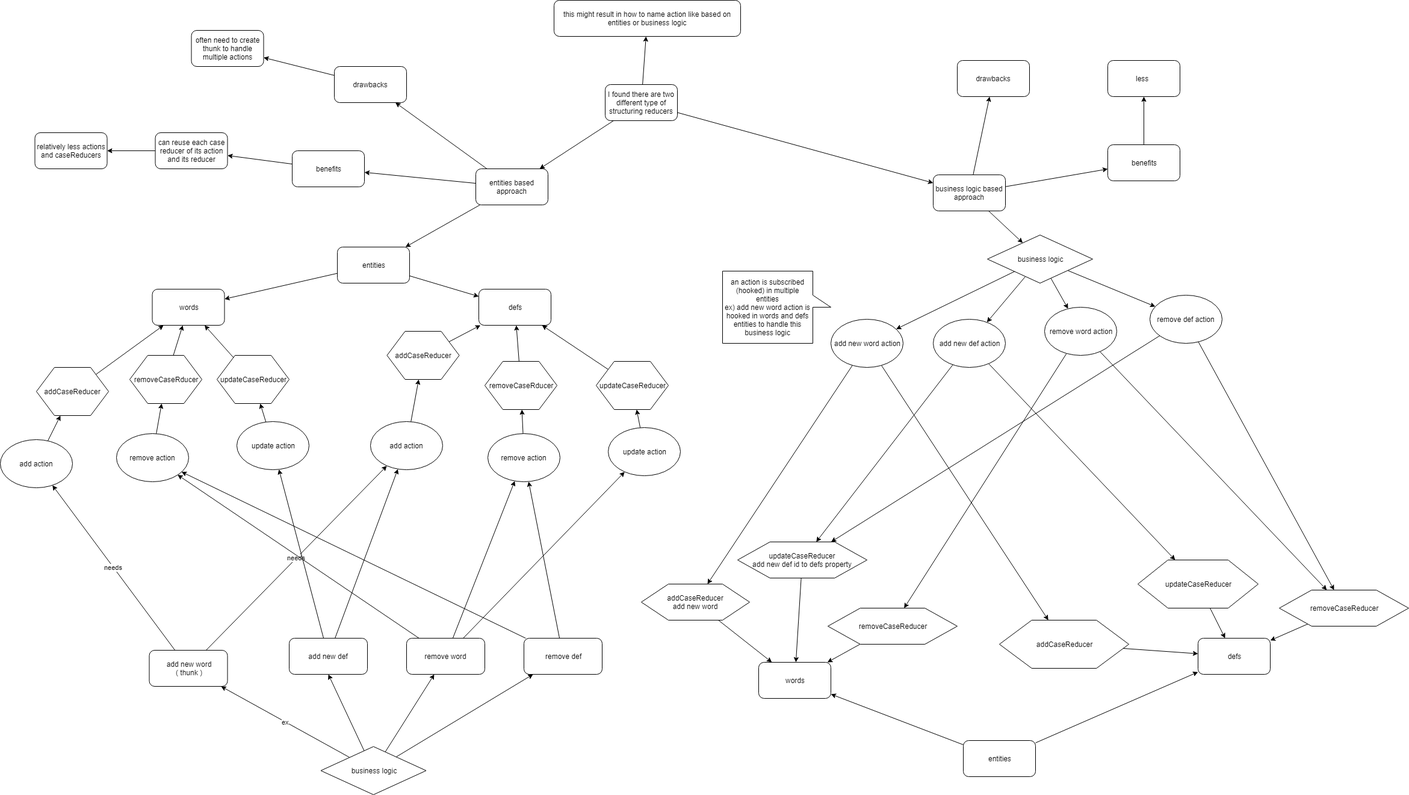
This is reducers_structure_approaches.png from stsiwo/react_redux_concept, a draw.io export, as it was before one commit. Source tidied: cells renumbered, new cells last; positions are measured from the earlier drawing's top-left corner, leaving out a move shared by most shapes.
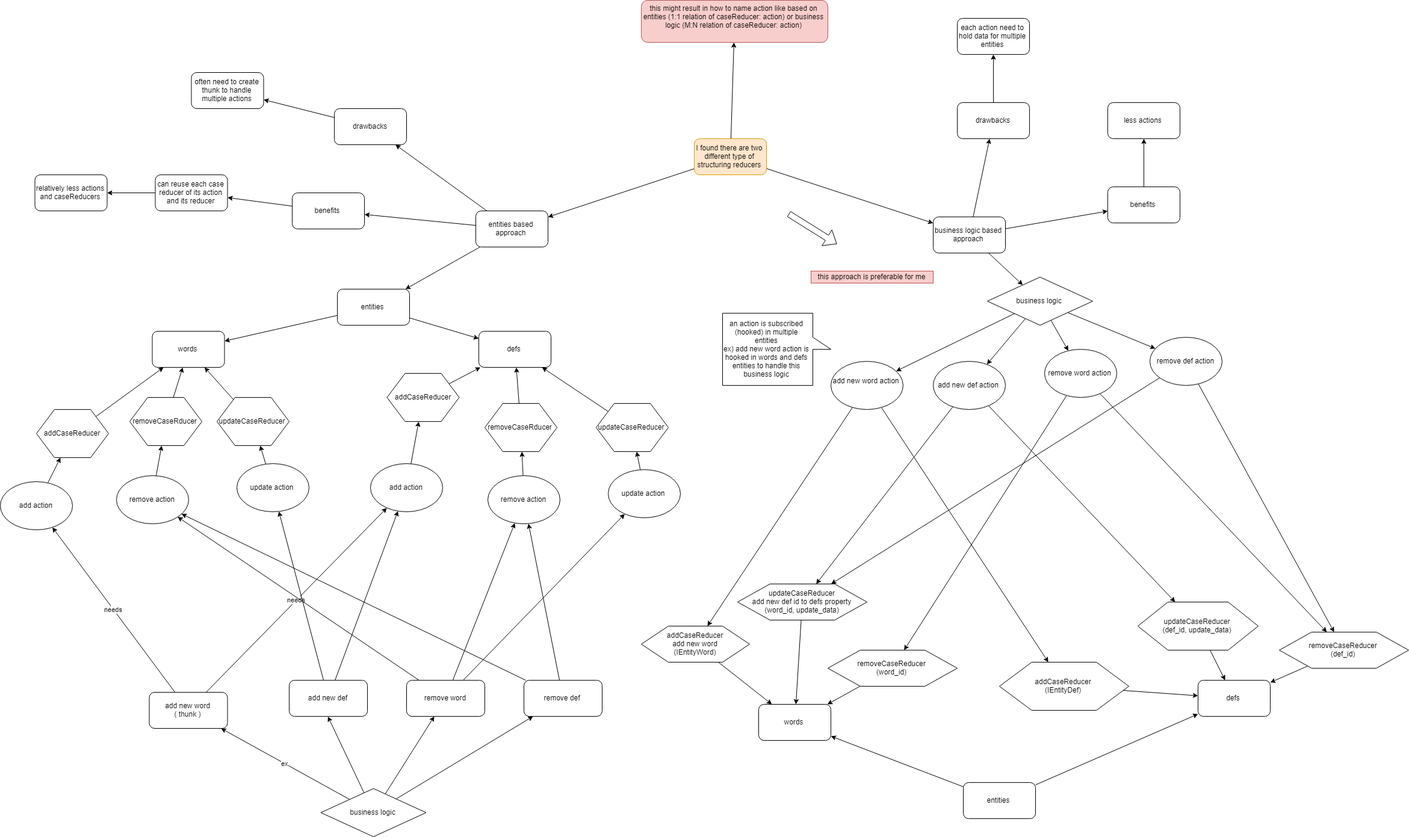
After the commit.

Change to the diagram source:
```diff
@@ -11,11 +11,11 @@
     <mxCell id="4" style="edgeStyle=none;rounded=0;html=1;jettySize=auto;" parent="1" edge="1" source="5" target="6">
       <mxGeometry relative="1" as="geometry" />
     </mxCell>
-    <mxCell id="5" value="I found there are two different type of structuring reducers" style="rounded=1;whiteSpace=wrap;html=1;" parent="1" vertex="1">
-      <mxGeometry x="1005" y="140" width="120" height="60" as="geometry" />
+    <mxCell id="5" value="I found there are two different type of structuring reducers" style="rounded=1;whiteSpace=wrap;html=1;fillColor=#ffe6cc;strokeColor=#d79b00;" parent="1" vertex="1">
+      <mxGeometry x="1153" y="160" width="120" height="60" as="geometry" />
     </mxCell>
-    <mxCell id="6" value="this might result in how to name action like based on entities or business logic" style="rounded=1;whiteSpace=wrap;html=1;" parent="1" vertex="1">
-      <mxGeometry x="920" width="310" height="60" as="geometry" />
+    <mxCell id="6" value="this might result in how to name action like based on entities (1:1 relation of caseReducer: action) or business logic (M:N relation of caseReducer: action)&lt;br&gt;&lt;br&gt;" style="rounded=1;whiteSpace=wrap;html=1;fillColor=#f8cecc;strokeColor=#b85450;" parent="1" vertex="1">
+      <mxGeometry x="1065" y="-70" width="310" height="70" as="geometry" />
     </mxCell>
     <mxCell id="7" style="edgeStyle=none;rounded=0;html=1;jettySize=auto;" parent="1" edge="1" source="10" target="29">
       <mxGeometry relative="1" as="geometry" />
@@ -71,12 +71,18 @@
     <mxCell id="24" value="benefits" style="rounded=1;whiteSpace=wrap;html=1;" parent="1" vertex="1">
       <mxGeometry x="1840" y="240" width="120" height="60" as="geometry" />
     </mxCell>
-    <mxCell id="25" value="less&amp;nbsp;&amp;nbsp;" style="rounded=1;whiteSpace=wrap;html=1;" parent="1" vertex="1">
+    <mxCell id="25" value="less actions" style="rounded=1;whiteSpace=wrap;html=1;" parent="1" vertex="1">
       <mxGeometry x="1840" y="100" width="120" height="60" as="geometry" />
     </mxCell>
+    <mxCell id="115" style="edgeStyle=none;rounded=0;html=1;jettySize=auto;" parent="1" edge="1" source="26" target="116">
+      <mxGeometry relative="1" as="geometry" />
+    </mxCell>
     <mxCell id="26" value="drawbacks" style="rounded=1;whiteSpace=wrap;html=1;" parent="1" vertex="1">
       <mxGeometry x="1590" y="100" width="120" height="60" as="geometry" />
     </mxCell>
+    <mxCell id="116" value="each action need to hold data for multiple entities" style="rounded=1;whiteSpace=wrap;html=1;" parent="1" vertex="1">
+      <mxGeometry x="1590" y="-40" width="120" height="60" as="geometry" />
+    </mxCell>
     <mxCell id="27" style="edgeStyle=none;rounded=0;html=1;jettySize=auto;" parent="1" edge="1" source="29" target="31">
       <mxGeometry relative="1" as="geometry" />
     </mxCell>
@@ -194,7 +200,7 @@
     <mxCell id="65" style="edgeStyle=none;rounded=0;html=1;jettySize=auto;" parent="1" edge="1" source="66" target="81">
       <mxGeometry relative="1" as="geometry" />
     </mxCell>
-    <mxCell id="66" value="add new word action" style="ellipse;whiteSpace=wrap;html=1;" parent="1" vertex="1">
+    <mxCell id="66" value="add new word action&lt;br&gt;&lt;br&gt;" style="ellipse;whiteSpace=wrap;html=1;" parent="1" vertex="1">
       <mxGeometry x="1380" y="530" width="120" height="80" as="geometry" />
     </mxCell>
     <mxCell id="67" style="edgeStyle=none;rounded=0;html=1;jettySize=auto;" parent="1" edge="1" source="69" target="70">
@@ -227,25 +233,25 @@
     <mxCell id="76" style="edgeStyle=none;rounded=0;html=1;jettySize=auto;" parent="1" edge="1" source="77" target="70">
       <mxGeometry relative="1" as="geometry" />
     </mxCell>
-    <mxCell id="77" value="addCaseReducer&lt;br&gt;add new word&lt;br&gt;" style="shape=hexagon;perimeter=hexagonPerimeter2;whiteSpace=wrap;html=1;" parent="1" vertex="1">
+    <mxCell id="77" value="addCaseReducer&lt;br&gt;add new word&lt;br&gt;(IEntityWord)&lt;br&gt;" style="shape=hexagon;perimeter=hexagonPerimeter2;whiteSpace=wrap;html=1;" parent="1" vertex="1">
       <mxGeometry x="1065" y="970" width="180" height="60" as="geometry" />
     </mxCell>
     <mxCell id="78" style="edgeStyle=none;rounded=0;html=1;jettySize=auto;" parent="1" edge="1" source="79" target="70">
       <mxGeometry relative="1" as="geometry" />
     </mxCell>
-    <mxCell id="79" value="&lt;span&gt;updateCaseReducer&lt;br&gt;add new def id to defs property&lt;/span&gt;" style="shape=hexagon;perimeter=hexagonPerimeter2;whiteSpace=wrap;html=1;" parent="1" vertex="1">
+    <mxCell id="79" value="&lt;span&gt;updateCaseReducer&lt;br&gt;add new def id to defs property&lt;br&gt;(word_id, update_data)&lt;br&gt;&lt;/span&gt;" style="shape=hexagon;perimeter=hexagonPerimeter2;whiteSpace=wrap;html=1;" parent="1" vertex="1">
       <mxGeometry x="1225" y="900" width="215" height="60" as="geometry" />
     </mxCell>
     <mxCell id="80" style="edgeStyle=none;rounded=0;html=1;jettySize=auto;" parent="1" edge="1" source="81" target="71">
       <mxGeometry relative="1" as="geometry" />
     </mxCell>
-    <mxCell id="81" value="addCaseReducer" style="shape=hexagon;perimeter=hexagonPerimeter2;whiteSpace=wrap;html=1;" parent="1" vertex="1">
+    <mxCell id="81" value="addCaseReducer&lt;br&gt;(IEntityDef)&lt;br&gt;" style="shape=hexagon;perimeter=hexagonPerimeter2;whiteSpace=wrap;html=1;" parent="1" vertex="1">
       <mxGeometry x="1660" y="1030" width="215" height="80" as="geometry" />
     </mxCell>
     <mxCell id="82" style="edgeStyle=none;rounded=0;html=1;jettySize=auto;" parent="1" edge="1" source="83" target="71">
       <mxGeometry relative="1" as="geometry" />
     </mxCell>
-    <mxCell id="83" value="updateCaseReducer" style="shape=hexagon;perimeter=hexagonPerimeter2;whiteSpace=wrap;html=1;" parent="1" vertex="1">
+    <mxCell id="83" value="updateCaseReducer&lt;br&gt;(def_id, update_data)&lt;br&gt;" style="shape=hexagon;perimeter=hexagonPerimeter2;whiteSpace=wrap;html=1;" parent="1" vertex="1">
       <mxGeometry x="1890" y="930" width="200" height="80" as="geometry" />
     </mxCell>
     <mxCell id="84" style="edgeStyle=none;rounded=0;html=1;jettySize=auto;" parent="1" edge="1" source="96" target="31">
@@ -308,13 +314,13 @@
     <mxCell id="103" style="edgeStyle=none;rounded=0;html=1;jettySize=auto;" parent="1" edge="1" source="104" target="70">
       <mxGeometry relative="1" as="geometry" />
     </mxCell>
-    <mxCell id="104" value="removeCaseReducer" style="shape=hexagon;perimeter=hexagonPerimeter2;whiteSpace=wrap;html=1;" parent="1" vertex="1">
+    <mxCell id="104" value="removeCaseReducer&lt;br&gt;(word_id)&lt;br&gt;" style="shape=hexagon;perimeter=hexagonPerimeter2;whiteSpace=wrap;html=1;" parent="1" vertex="1">
       <mxGeometry x="1375" y="1010" width="215" height="60" as="geometry" />
     </mxCell>
     <mxCell id="105" style="edgeStyle=none;rounded=0;html=1;jettySize=auto;" parent="1" edge="1" source="106" target="71">
       <mxGeometry relative="1" as="geometry" />
     </mxCell>
-    <mxCell id="106" value="removeCaseReducer" style="shape=hexagon;perimeter=hexagonPerimeter2;whiteSpace=wrap;html=1;" parent="1" vertex="1">
+    <mxCell id="106" value="removeCaseReducer&lt;br&gt;(def_id)&lt;br&gt;" style="shape=hexagon;perimeter=hexagonPerimeter2;whiteSpace=wrap;html=1;" parent="1" vertex="1">
       <mxGeometry x="2125" y="980" width="215" height="60" as="geometry" />
     </mxCell>
     <mxCell id="107" style="edgeStyle=none;rounded=0;html=1;jettySize=auto;" parent="1" edge="1" source="109" target="106">
@@ -341,5 +347,14 @@
     <mxCell id="114" value="&amp;nbsp; &amp;nbsp; &amp;nbsp; &amp;nbsp;" style="text;html=1;align=left;verticalAlign=top;spacingTop=-4;" parent="1" vertex="1">
       <mxGeometry x="1217" y="651" width="40" height="20" as="geometry" />
     </mxCell>
+    <mxCell id="117" style="shape=flexArrow;endArrow=classic;html=1;" parent="1" edge="1">
+      <mxGeometry relative="1" as="geometry">
+        <mxPoint x="1310" y="285" as="sourcePoint" />
+        <mxPoint x="1390" y="335" as="targetPoint" />
+      </mxGeometry>
+    </mxCell>
+    <mxCell id="118" value="this approach is preferable for me" style="text;html=1;strokeColor=#b85450;fillColor=#f8cecc;align=center;verticalAlign=middle;whiteSpace=wrap;rounded=0;" parent="1" vertex="1">
+      <mxGeometry x="1347" y="380" width="203" height="20" as="geometry" />
+    </mxCell>
   </root>
 </mxGraphModel>
```
